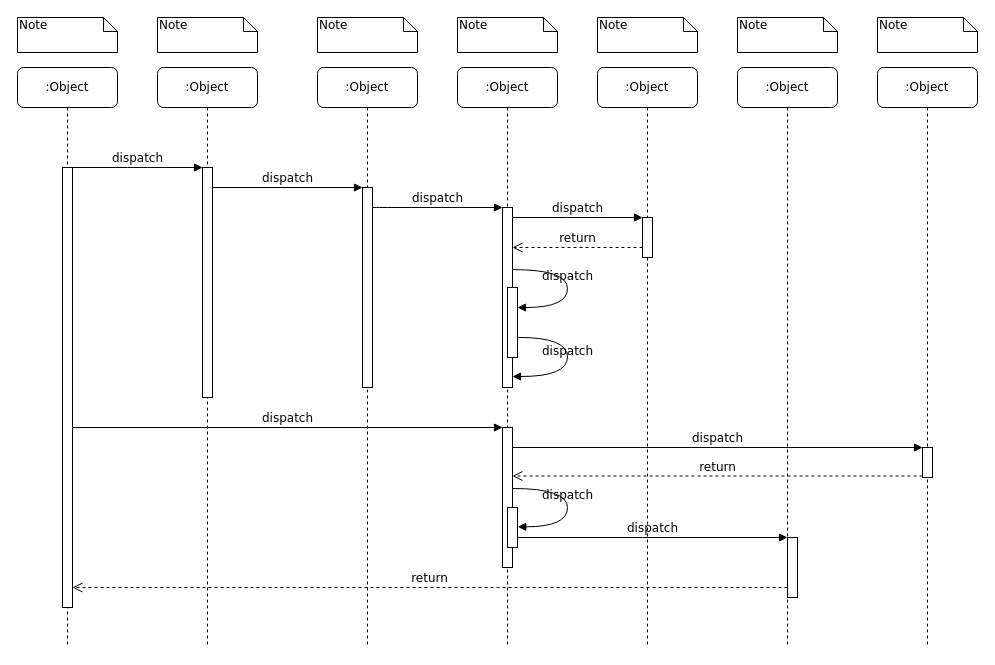
easylei/dejavu keeps this draw.io diagram as Untitled Diagram.drawio. Above is the earlier version. Source tidied: cells renumbered, new cells numbered last; positions are measured from the earlier drawing's top-left corner, leaving out a move shared by most shapes. Both pictures are drawn from the tidied source at 100%, with x=0, y=0 at pixel (17, 17).
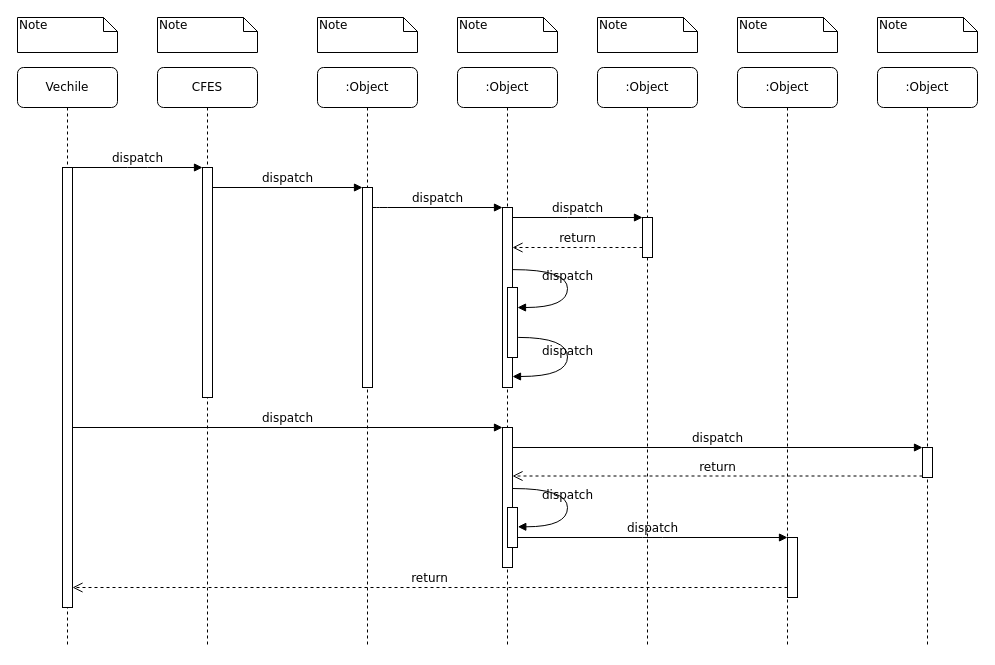
The same diagram, later.

Diff of the diagram source:
```diff
@@
-    <mxCell id="2" value=":Object" style="shape=umlLifeline;perimeter=lifelinePerimeter;whiteSpace=wrap;html=1;rounded=1;shadow=0;comic=0;labelBackgroundColor=none;strokeWidth=1;fontFamily=Verdana;fontSize=12;align=center;" parent="1" vertex="1">
+    <mxCell id="2" value="CFES" style="shape=umlLifeline;perimeter=lifelinePerimeter;whiteSpace=wrap;html=1;rounded=1;shadow=0;comic=0;labelBackgroundColor=none;strokeWidth=1;fontFamily=Verdana;fontSize=12;align=center;" parent="1" vertex="1">
       <mxGeometry x="140" y="50" width="100" height="580" as="geometry" />
     </mxCell>
@@
-    <mxCell id="10" value=":Object" style="shape=umlLifeline;perimeter=lifelinePerimeter;whiteSpace=wrap;html=1;rounded=1;shadow=0;comic=0;labelBackgroundColor=none;strokeWidth=1;fontFamily=Verdana;fontSize=12;align=center;" parent="1" vertex="1">
+    <mxCell id="10" value="Vechile" style="shape=umlLifeline;perimeter=lifelinePerimeter;whiteSpace=wrap;html=1;rounded=1;shadow=0;comic=0;labelBackgroundColor=none;strokeWidth=1;fontFamily=Verdana;fontSize=12;align=center;" parent="1" vertex="1">
       <mxGeometry y="50" width="100" height="580" as="geometry" />
     </mxCell>
```
